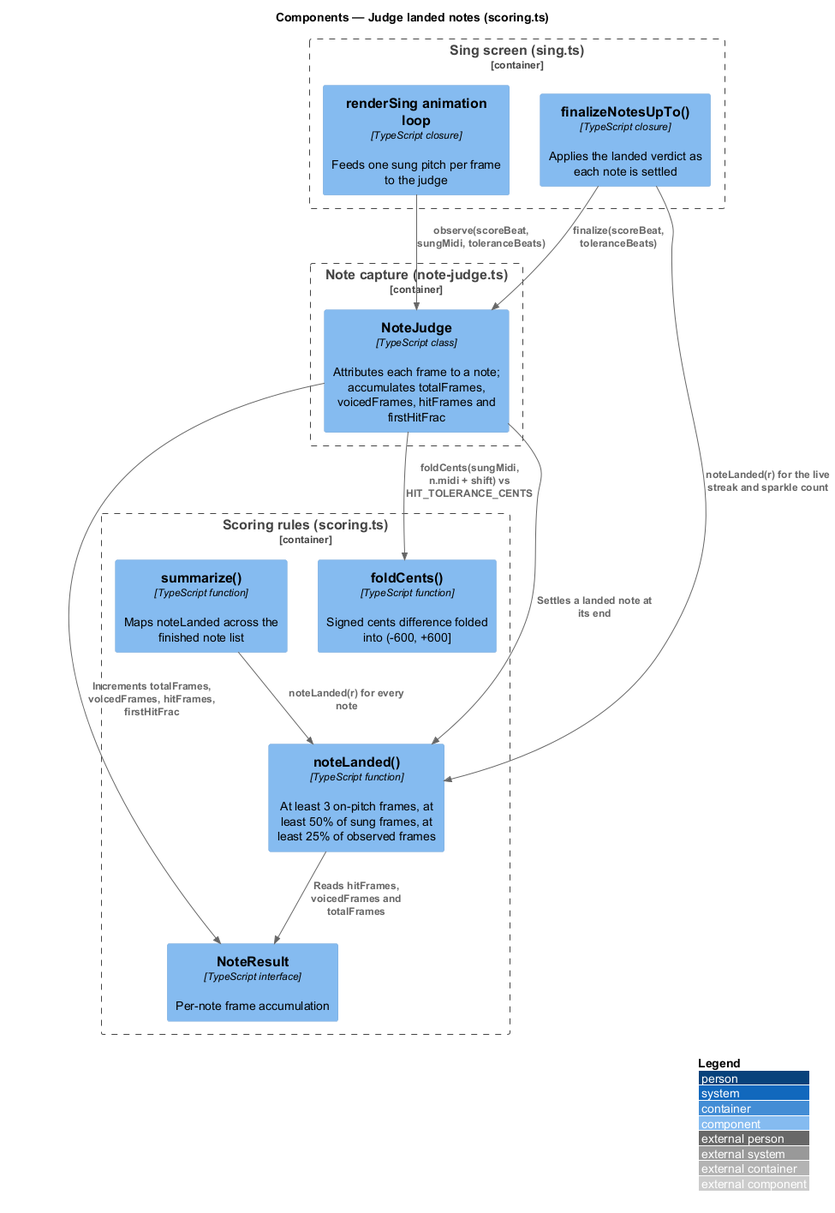
Before: docs/detailed-designs/scoring-and-results/judge-landed-notes/diagrams/c4-component.png, a diagram exported from PlantUML (QuinntyneBrown/TwinkleTune).
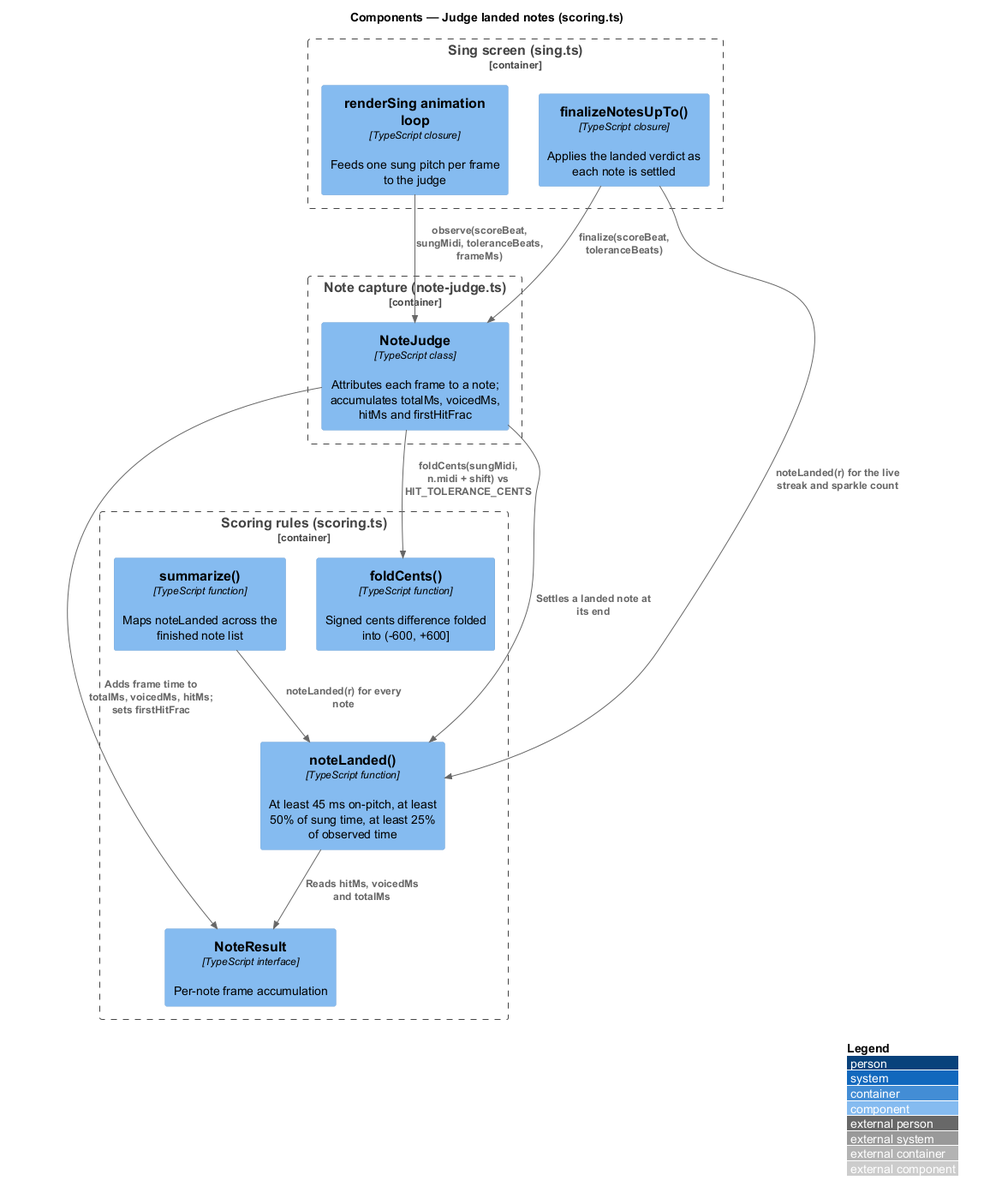
After the commit.

What changed in the source:
```diff
@@ -8,21 +8,21 @@
   Component(finalize, "finalizeNotesUpTo()", "TypeScript closure", "Applies the landed verdict as each note is settled")
 }
 Container_Boundary(judgeMod, "Note capture (note-judge.ts)") {
-  Component(judge, "NoteJudge", "TypeScript class", "Attributes each frame to a note; accumulates totalFrames, voicedFrames, hitFrames and firstHitFrac")
+  Component(judge, "NoteJudge", "TypeScript class", "Attributes each frame to a note; accumulates totalMs, voicedMs, hitMs and firstHitFrac")
 }
 Container_Boundary(scoring, "Scoring rules (scoring.ts)") {
   Component(fold, "foldCents()", "TypeScript function", "Signed cents difference folded into (-600, +600]")
-  Component(landed, "noteLanded()", "TypeScript function", "At least 3 on-pitch frames, at least 50% of sung frames, at least 25% of observed frames")
+  Component(landed, "noteLanded()", "TypeScript function", "At least 45 ms on-pitch, at least 50% of sung time, at least 25% of observed time")
   Component(result, "NoteResult", "TypeScript interface", "Per-note frame accumulation")
   Component(summarize, "summarize()", "TypeScript function", "Maps noteLanded across the finished note list")
 }
 
-Rel(loop, judge, "observe(scoreBeat, sungMidi, toleranceBeats)")
+Rel(loop, judge, "observe(scoreBeat, sungMidi, toleranceBeats, frameMs)")
 Rel(judge, fold, "foldCents(sungMidi, n.midi + shift) vs HIT_TOLERANCE_CENTS")
-Rel(judge, result, "Increments totalFrames, voicedFrames, hitFrames, firstHitFrac")
+Rel(judge, result, "Adds frame time to totalMs, voicedMs, hitMs; sets firstHitFrac")
 Rel(finalize, judge, "finalize(scoreBeat, toleranceBeats)")
 Rel(judge, landed, "Settles a landed note at its end")
 Rel(finalize, landed, "noteLanded(r) for the live streak and sparkle count")
-Rel(landed, result, "Reads hitFrames, voicedFrames and totalFrames")
+Rel(landed, result, "Reads hitMs, voicedMs and totalMs")
 Rel(summarize, landed, "noteLanded(r) for every note")
 @enduml
```
